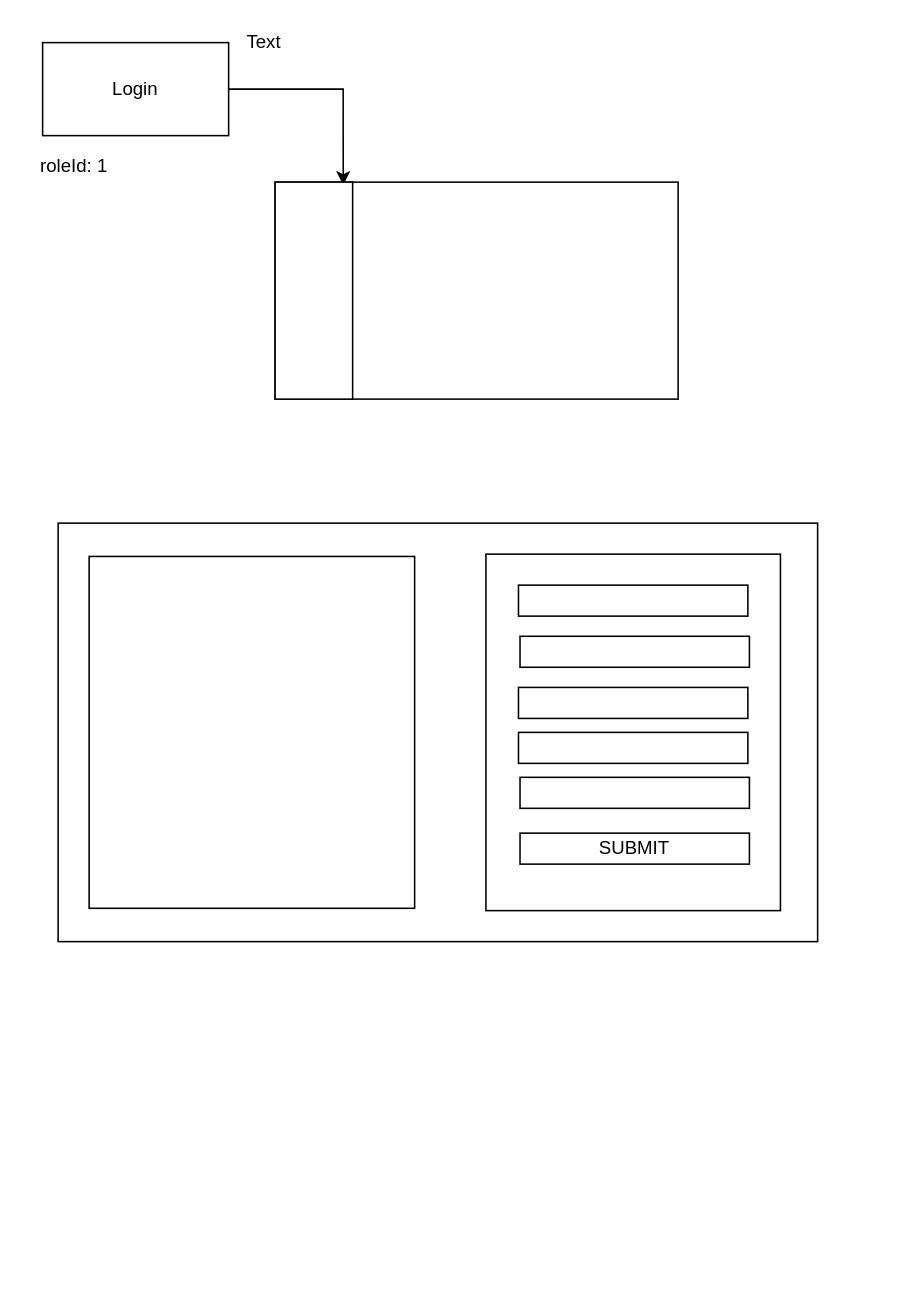
Baouldguyd/ssmp-app keeps this draw.io diagram as architecture.drawio. Above is the earlier version. Source tidied: cells renumbered, new cells numbered last; positions are measured from the earlier drawing's top-left corner, leaving out a move shared by most shapes. Both pictures are drawn from the tidied source at 155%, with x=0, y=0 at pixel (26, 26).
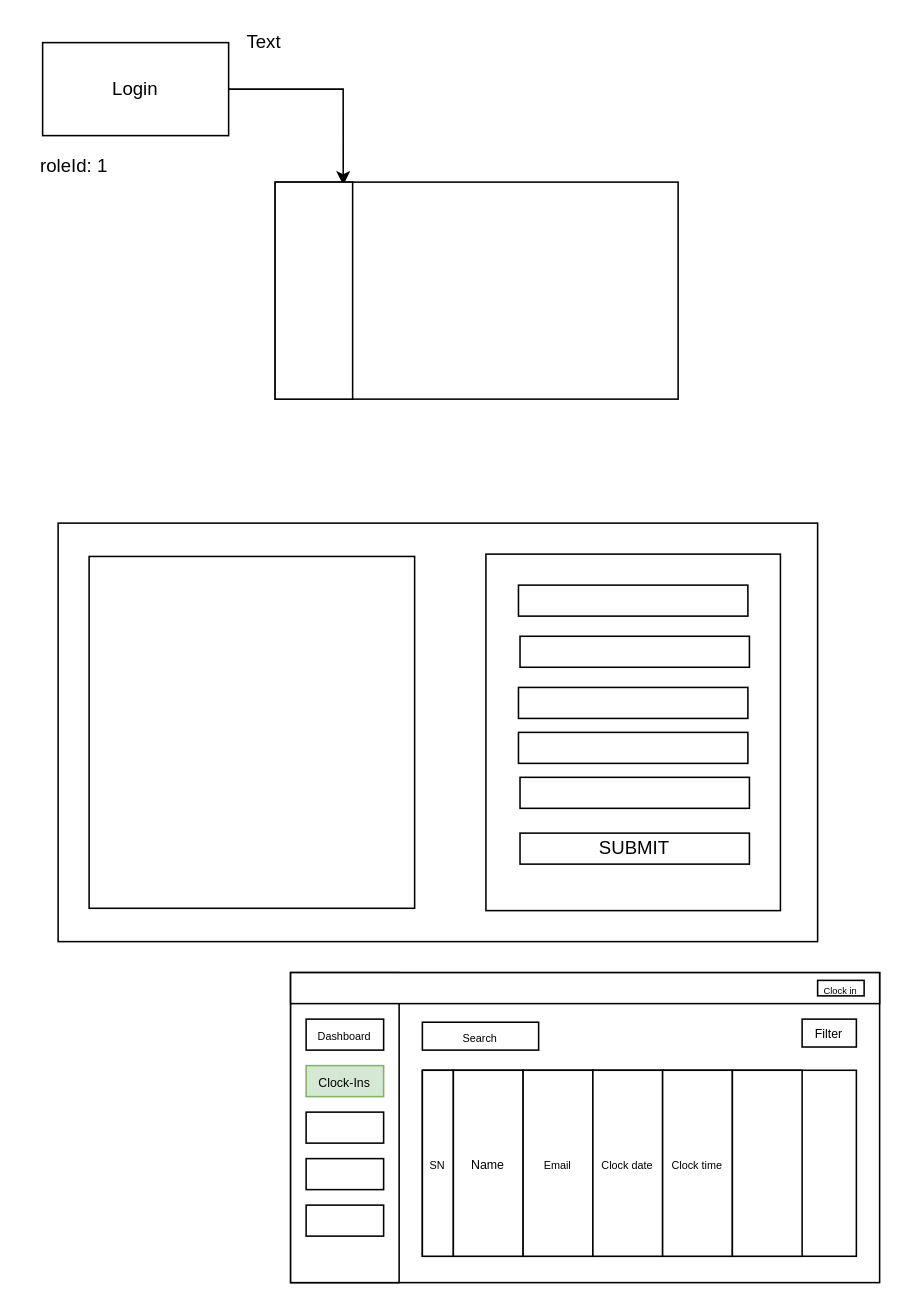
The same page after the edit.

Diff of the diagram source:
```diff
@@
+    <mxCell id="17" style="whiteSpace=wrap;html=1;" parent="1" vertex="1">
+      <mxGeometry x="170" y="610" width="380" height="200" as="geometry" />
+    </mxCell>
+    <mxCell id="18" style="whiteSpace=wrap;html=1;" parent="1" vertex="1">
+      <mxGeometry x="170" y="610" width="70" height="200" as="geometry" />
+    </mxCell>
+    <mxCell id="19" style="whiteSpace=wrap;html=1;" parent="1" vertex="1">
+      <mxGeometry x="170" y="610" width="380" height="20" as="geometry" />
+    </mxCell>
+    <mxCell id="20" value="&lt;font style=&quot;font-size: 7px&quot;&gt;Dashboard&lt;/font&gt;" style="whiteSpace=wrap;html=1;" parent="1" vertex="1">
+      <mxGeometry x="180" y="640" width="50" height="20" as="geometry" />
+    </mxCell>
+    <mxCell id="21" value="&lt;font style=&quot;font-size: 8px&quot;&gt;Clock-Ins&lt;/font&gt;" style="whiteSpace=wrap;html=1;fillColor=#d5e8d4;strokeColor=#82b366;" parent="1" vertex="1">
+      <mxGeometry x="180" y="670" width="50" height="20" as="geometry" />
+    </mxCell>
+    <mxCell id="22" style="whiteSpace=wrap;html=1;" parent="1" vertex="1">
+      <mxGeometry x="180" y="700" width="50" height="20" as="geometry" />
+    </mxCell>
+    <mxCell id="23" style="whiteSpace=wrap;html=1;" parent="1" vertex="1">
+      <mxGeometry x="180" y="730" width="50" height="20" as="geometry" />
+    </mxCell>
+    <mxCell id="24" style="whiteSpace=wrap;html=1;" parent="1" vertex="1">
+      <mxGeometry x="180" y="760" width="50" height="20" as="geometry" />
+    </mxCell>
+    <mxCell id="25" value="&lt;font style=&quot;font-size: 6px&quot;&gt;Clock in&lt;/font&gt;" style="whiteSpace=wrap;html=1;" parent="1" vertex="1">
+      <mxGeometry x="510" y="615" width="30" height="10" as="geometry" />
+    </mxCell>
+    <mxCell id="26" style="whiteSpace=wrap;html=1;" parent="1" vertex="1">
+      <mxGeometry x="255" y="673" width="280" height="120" as="geometry" />
+    </mxCell>
+    <mxCell id="27" value="&lt;font style=&quot;font-size: 7px&quot;&gt;Search&lt;/font&gt;" style="whiteSpace=wrap;html=1;" parent="1" vertex="1">
+      <mxGeometry x="255" y="642" width="75" height="18" as="geometry" />
+    </mxCell>
+    <mxCell id="28" value="&lt;font style=&quot;font-size: 8px&quot;&gt;Filter&lt;/font&gt;" style="whiteSpace=wrap;html=1;" parent="1" vertex="1">
+      <mxGeometry x="500" y="640" width="35" height="18" as="geometry" />
+    </mxCell>
+    <mxCell id="29" value="&lt;font style=&quot;font-size: 7px&quot;&gt;SN&lt;/font&gt;" style="whiteSpace=wrap;html=1;" parent="1" vertex="1">
+      <mxGeometry x="255" y="673" width="20" height="120" as="geometry" />
+    </mxCell>
+    <mxCell id="30" value="&lt;font style=&quot;font-size: 8px&quot;&gt;Name&lt;/font&gt;" style="whiteSpace=wrap;html=1;" parent="1" vertex="1">
+      <mxGeometry x="275" y="673" width="45" height="120" as="geometry" />
+    </mxCell>
+    <mxCell id="31" value="&lt;font style=&quot;font-size: 7px&quot;&gt;Email&lt;/font&gt;" style="whiteSpace=wrap;html=1;" parent="1" vertex="1">
+      <mxGeometry x="320" y="673" width="45" height="120" as="geometry" />
+    </mxCell>
+    <mxCell id="32" value="&lt;font style=&quot;font-size: 7px&quot;&gt;Clock date&lt;/font&gt;" style="whiteSpace=wrap;html=1;" parent="1" vertex="1">
+      <mxGeometry x="365" y="673" width="45" height="120" as="geometry" />
+    </mxCell>
+    <mxCell id="33" value="&lt;font style=&quot;font-size: 7px&quot;&gt;Clock time&lt;/font&gt;" style="whiteSpace=wrap;html=1;" parent="1" vertex="1">
+      <mxGeometry x="410" y="673" width="45" height="120" as="geometry" />
+    </mxCell>
+    <mxCell id="34" style="whiteSpace=wrap;html=1;" parent="1" vertex="1">
+      <mxGeometry x="455" y="673" width="45" height="120" as="geometry" />
+    </mxCell>
```
